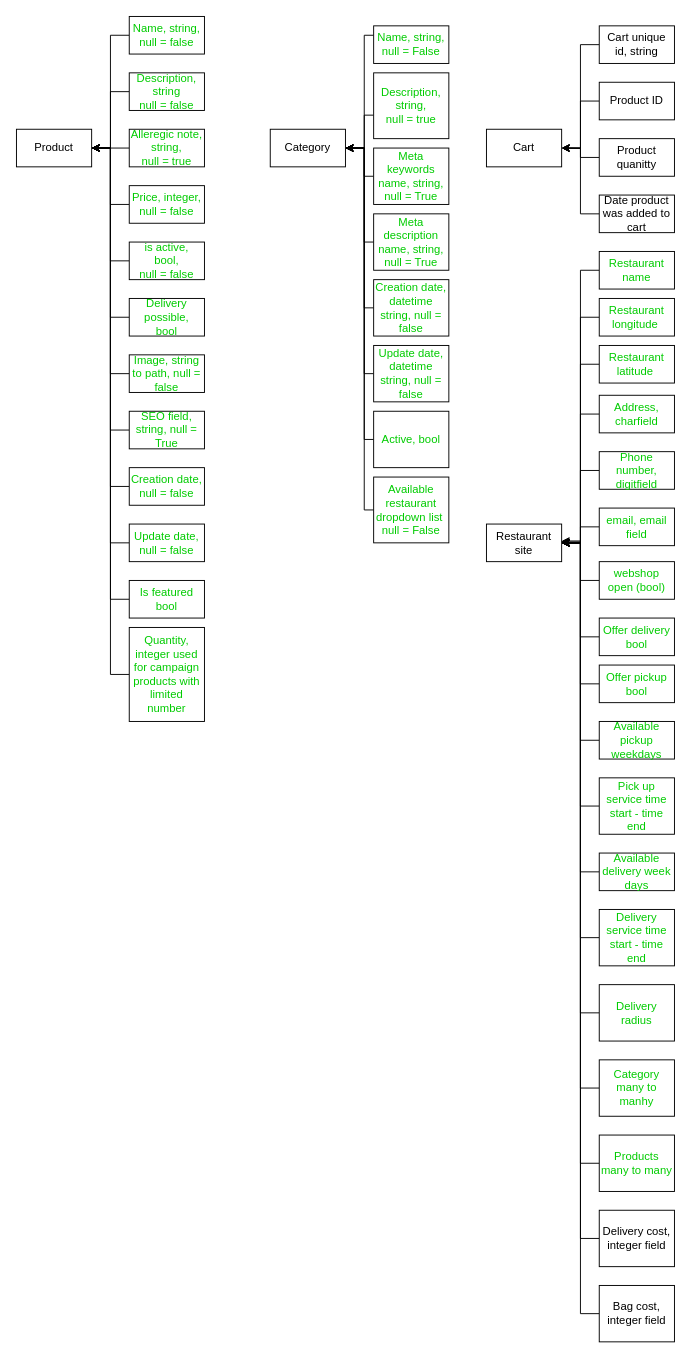
Earlier version of the draw.io diagram Untitled Diagram.drawio (JianDk/HD_website). Source tidied: cells renumbered, new cells numbered last; positions are measured from the earlier drawing's top-left corner, leaving out a move shared by most shapes. Both pictures are drawn from the tidied source at 94%, with x=0, y=0 at pixel (16, 16).
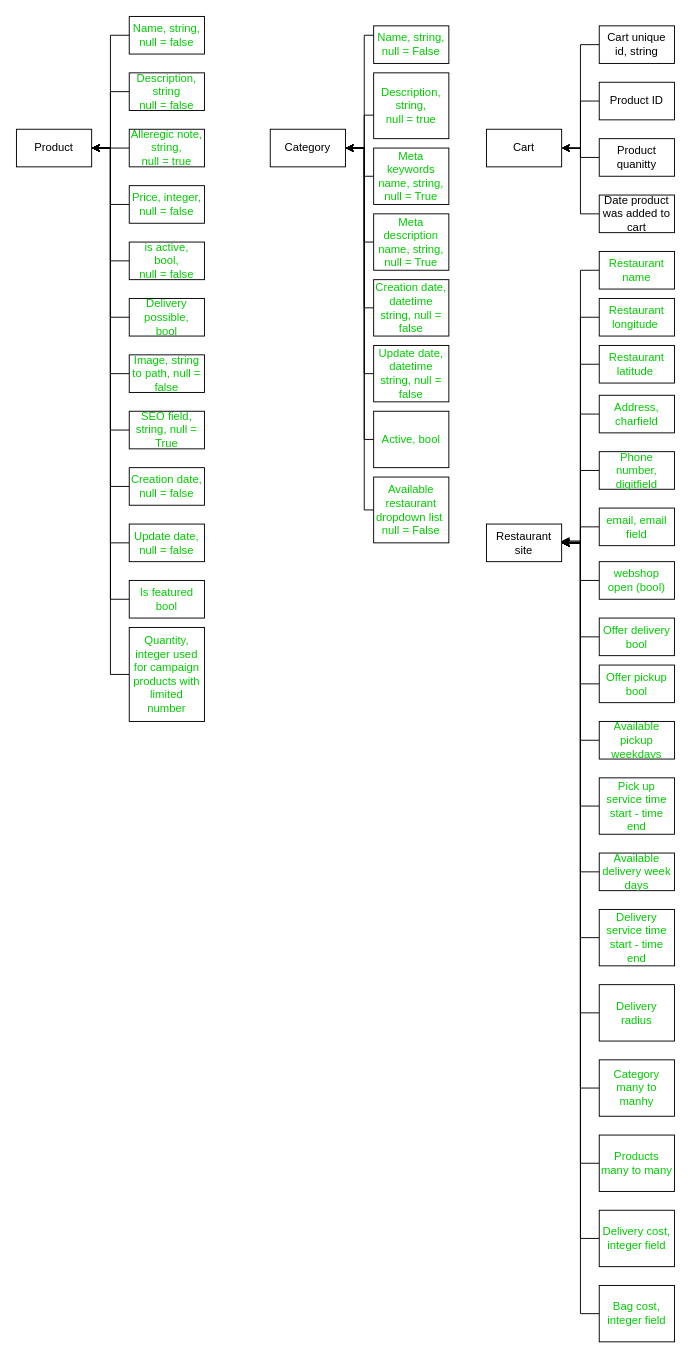
After the change.

Diff of the diagram source:
```diff
@@
-    <mxCell id="87" value="Delivery cost, integer field" style="rounded=0;whiteSpace=wrap;html=1;" parent="1" vertex="1">
+    <mxCell id="87" value="&lt;font color=&quot;#00cc00&quot;&gt;Delivery cost, integer field&lt;/font&gt;" style="rounded=0;whiteSpace=wrap;html=1;" parent="1" vertex="1">
       <mxGeometry x="620" y="1270" width="80" height="60" as="geometry" />
     </mxCell>
@@
-    <mxCell id="89" value="Bag cost, integer field" style="rounded=0;whiteSpace=wrap;html=1;" parent="1" vertex="1">
+    <mxCell id="89" value="&lt;font color=&quot;#00cc00&quot;&gt;Bag cost, integer field&lt;/font&gt;" style="rounded=0;whiteSpace=wrap;html=1;" parent="1" vertex="1">
       <mxGeometry x="620" y="1350" width="80" height="60" as="geometry" />
     </mxCell>
```
